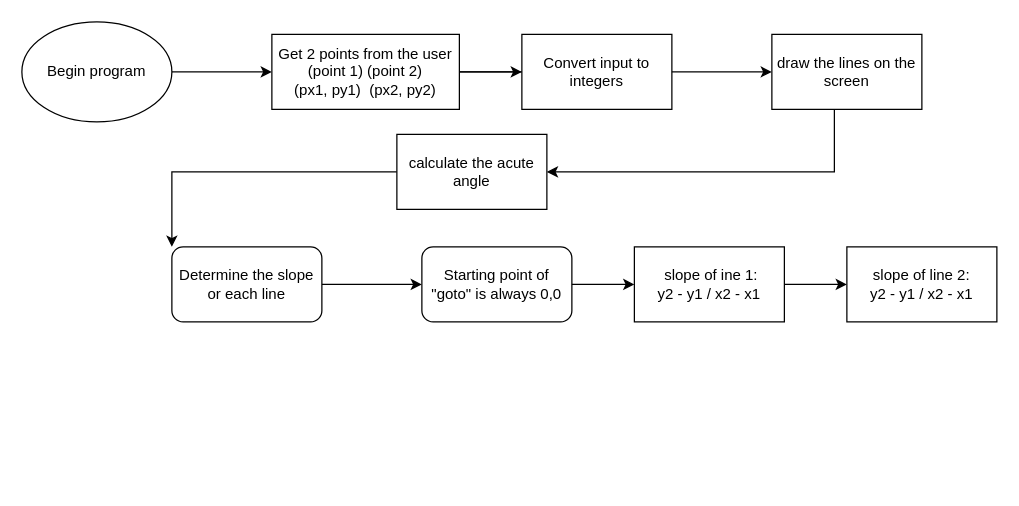
Before: Untitled Diagram.drawio in willitw/py_unit_two, a draw.io diagram. Source tidied: cells renumbered, new cells numbered last; positions are measured from the earlier drawing's top-left corner, leaving out a move shared by most shapes. Both pictures are drawn from the tidied source at 125%, with x=0, y=0 at pixel (21, 21).
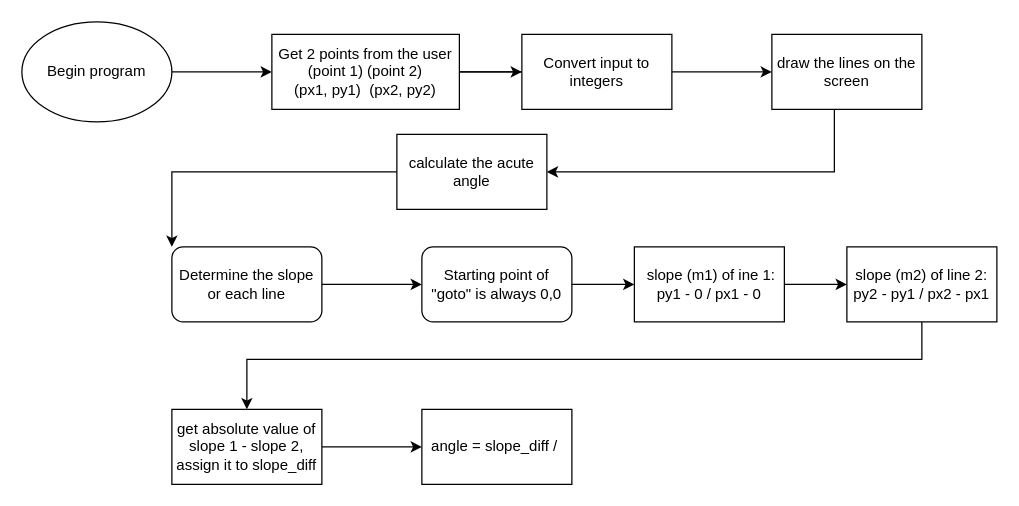
The same diagram, later.

Change to the diagram source:
```diff
@@
-    <mxCell id="12" value="&amp;nbsp;slope of ine 1:&lt;br&gt;y2 - y1 / x2 - x1" style="whiteSpace=wrap;html=1;" parent="1" vertex="1">
+    <mxCell id="12" value="&amp;nbsp;slope (m1) of ine 1:&lt;br&gt;py1 - 0 / px1 - 0" style="whiteSpace=wrap;html=1;" parent="1" vertex="1">
       <mxGeometry x="490" y="180" width="120" height="60" as="geometry" />
     </mxCell>
@@
+    <mxCell id="19" style="edgeStyle=orthogonalEdgeStyle;rounded=0;jettySize=auto;html=1;" parent="1" edge="1" source="16" target="21">
+      <mxGeometry relative="1" as="geometry">
+        <Array as="points">
+          <mxPoint x="720" y="270" />
+          <mxPoint x="180" y="270" />
+        </Array>
+      </mxGeometry>
+    </mxCell>
-    <mxCell id="16" value="slope of line 2:&lt;br&gt;y2 - y1 / x2 - x1" style="whiteSpace=wrap;html=1;" parent="1" vertex="1">
+    <mxCell id="16" value="slope (m2) of line 2:&lt;br&gt;py2 - py1 / px2 - px1" style="whiteSpace=wrap;html=1;" parent="1" vertex="1">
       <mxGeometry x="660" y="180" width="120" height="60" as="geometry" />
     </mxCell>
@@
+    <mxCell id="20" style="edgeStyle=orthogonalEdgeStyle;rounded=0;jettySize=auto;html=1;" parent="1" edge="1" source="21" target="22">
+      <mxGeometry relative="1" as="geometry" />
+    </mxCell>
+    <mxCell id="21" value="get absolute value of slope 1 - slope 2, assign it to slope_diff" style="whiteSpace=wrap;html=1;" parent="1" vertex="1">
+      <mxGeometry x="120" y="310" width="120" height="60" as="geometry" />
+    </mxCell>
+    <mxCell id="22" value="angle = slope_diff /&amp;nbsp;" style="whiteSpace=wrap;html=1;" parent="1" vertex="1">
+      <mxGeometry x="320" y="310" width="120" height="60" as="geometry" />
+    </mxCell>
```
